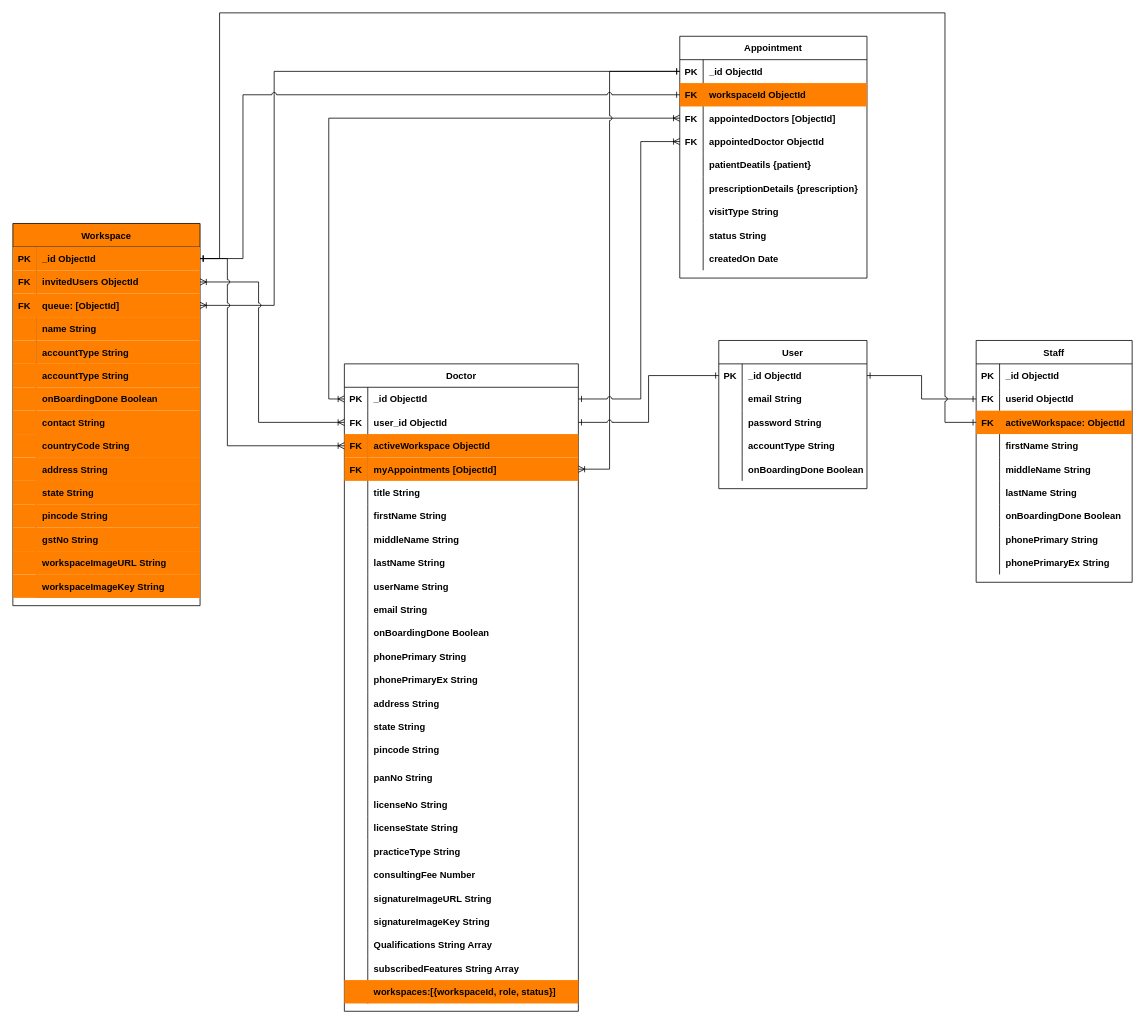
This is Untitled Diagram.drawio from shreyshreyansh/cv-initial, a draw.io file, before an edit. Source tidied: cells renumbered, new cells numbered last; positions are measured from the earlier drawing's top-left corner, leaving out a move shared by most shapes. Both pictures are drawn from the tidied source at 78%, with x=0, y=0 at pixel (12, 12).
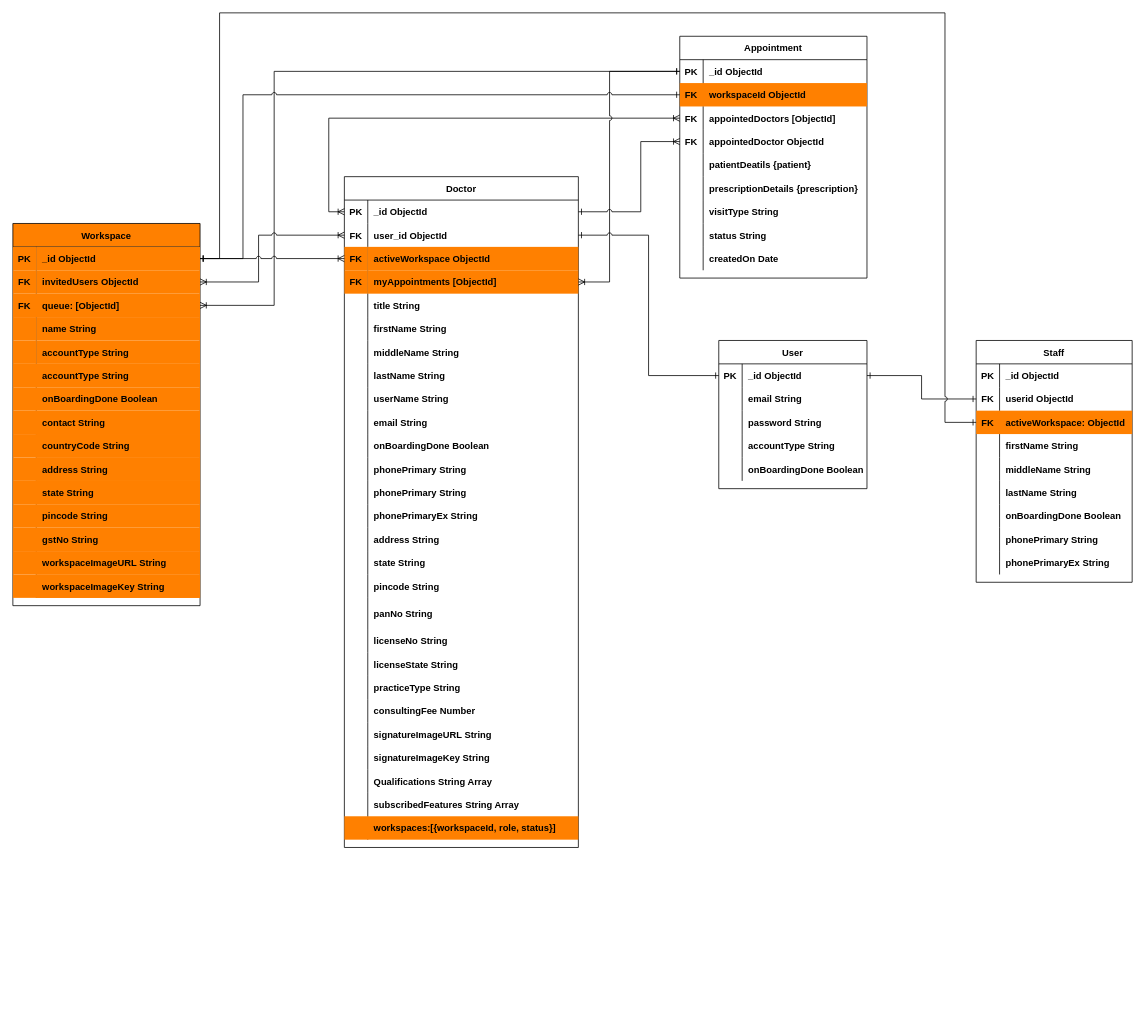
After the change.

Commit message:
improve allignment

Unchanged cells that the change refers to:
```xml
<mxCell id="19" style="shape=partialRectangle;fillColor=none;top=0;left=0;bottom=0;right=0;points=[[0,0.5],[1,0.5]];portConstraint=eastwest;" parent="18" vertex="1">
  <mxGeometry y="30" width="300" height="30" as="geometry" />
</mxCell>
<mxCell id="22" style="shape=partialRectangle;fillColor=none;top=0;left=0;bottom=0;right=0;points=[[0,0.5],[1,0.5]];portConstraint=eastwest;" parent="18" vertex="1">
  <mxGeometry y="60" width="300" height="30" as="geometry" />
</mxCell>
<mxCell id="25" style="shape=partialRectangle;fillColor=none;top=0;left=0;bottom=0;right=0;points=[[0,0.5],[1,0.5]];portConstraint=eastwest;" parent="18" vertex="1">
  <mxGeometry y="90" width="300" height="30" as="geometry" />
</mxCell>
<mxCell id="28" style="shape=partialRectangle;fillColor=none;top=0;left=0;bottom=0;right=0;points=[[0,0.5],[1,0.5]];portConstraint=eastwest;" parent="18" vertex="1">
  <mxGeometry y="120" width="300" height="30" as="geometry" />
</mxCell>
<mxCell id="98" style="shape=partialRectangle;fillColor=none;top=0;left=0;bottom=0;right=0;points=[[0,0.5],[1,0.5]];portConstraint=eastwest;" parent="97" vertex="1">
  <mxGeometry y="30" width="240" height="30" as="geometry" />
</mxCell>
<mxCell id="101" style="shape=partialRectangle;fillColor=none;top=0;left=0;bottom=0;right=0;points=[[0,0.5],[1,0.5]];portConstraint=eastwest;" parent="97" vertex="1">
  <mxGeometry y="60" width="240" height="30" as="geometry" />
</mxCell>
<mxCell id="144" style="shape=partialRectangle;fillColor=none;top=0;left=0;bottom=0;right=0;points=[[0,0.5],[1,0.5]];portConstraint=eastwest;" parent="143" vertex="1">
  <mxGeometry y="30" width="240" height="30" as="geometry" />
</mxCell>
<mxCell id="153" style="shape=partialRectangle;fillColor=none;top=0;left=0;bottom=0;right=0;points=[[0,0.5],[1,0.5]];portConstraint=eastwest;" parent="143" vertex="1">
  <mxGeometry y="120" width="240" height="30" as="geometry" />
</mxCell>
```

Diff of the diagram source:
```diff
@@
     <mxCell id="18" value="Doctor" style="shape=table;startSize=30;childLayout=tableLayout;rowLines=0;fontStyle=1;align=center;" parent="1" vertex="1">
-      <mxGeometry x="425" y="450" width="300" height="830" as="geometry" />
+      <mxGeometry x="425" y="210" width="300" height="860" as="geometry" />
     </mxCell>
@@
+    <mxCell id="209" style="shape=partialRectangle;fillColor=none;top=0;left=0;bottom=0;right=0;" parent="18" vertex="1">
+      <mxGeometry y="390" width="300" height="30" as="geometry" />
+    </mxCell>
+    <mxCell id="210" style="shape=partialRectangle;fillColor=none;top=0;left=0;bottom=0;right=0;fontStyle=1;overflow=hidden;" parent="209" vertex="1">
+      <mxGeometry width="30" height="30" as="geometry" />
+    </mxCell>
+    <mxCell id="211" value="phonePrimary String" style="shape=partialRectangle;fillColor=none;top=0;left=0;bottom=0;right=0;align=left;spacingLeft=6;fontStyle=1;overflow=hidden;" parent="209" vertex="1">
+      <mxGeometry x="30" width="270" height="30" as="geometry" />
+    </mxCell>
     <mxCell id="55" style="shape=partialRectangle;fillColor=none;top=0;left=0;bottom=0;right=0;" parent="18" vertex="1">
-      <mxGeometry y="390" width="300" height="30" as="geometry" />
+      <mxGeometry y="420" width="300" height="30" as="geometry" />
     </mxCell>
@@
     <mxCell id="58" style="shape=partialRectangle;fillColor=none;top=0;left=0;bottom=0;right=0;" parent="18" vertex="1">
-      <mxGeometry y="420" width="300" height="30" as="geometry" />
+      <mxGeometry y="450" width="300" height="30" as="geometry" />
     </mxCell>
@@
     <mxCell id="61" style="shape=partialRectangle;fillColor=none;top=0;left=0;bottom=0;right=0;" parent="18" vertex="1">
-      <mxGeometry y="450" width="300" height="30" as="geometry" />
+      <mxGeometry y="480" width="300" height="30" as="geometry" />
     </mxCell>
@@
     <mxCell id="64" style="shape=partialRectangle;fillColor=none;top=0;left=0;bottom=0;right=0;" parent="18" vertex="1">
-      <mxGeometry y="480" width="300" height="30" as="geometry" />
+      <mxGeometry y="510" width="300" height="30" as="geometry" />
     </mxCell>
@@
     <mxCell id="67" style="shape=partialRectangle;fillColor=none;top=0;left=0;bottom=0;right=0;" parent="18" vertex="1">
-      <mxGeometry y="510" width="300" height="40" as="geometry" />
+      <mxGeometry y="540" width="300" height="40" as="geometry" />
     </mxCell>
@@
     <mxCell id="70" style="shape=partialRectangle;fillColor=none;top=0;left=0;bottom=0;right=0;" parent="18" vertex="1">
-      <mxGeometry y="550" width="300" height="30" as="geometry" />
+      <mxGeometry y="580" width="300" height="30" as="geometry" />
     </mxCell>
@@
     <mxCell id="73" style="shape=partialRectangle;fillColor=none;top=0;left=0;bottom=0;right=0;" parent="18" vertex="1">
-      <mxGeometry y="580" width="300" height="30" as="geometry" />
+      <mxGeometry y="610" width="300" height="30" as="geometry" />
     </mxCell>
@@
     <mxCell id="76" style="shape=partialRectangle;fillColor=none;top=0;left=0;bottom=0;right=0;" parent="18" vertex="1">
-      <mxGeometry y="610" width="300" height="30" as="geometry" />
+      <mxGeometry y="640" width="300" height="30" as="geometry" />
     </mxCell>
@@
     <mxCell id="79" style="shape=partialRectangle;fillColor=none;top=0;left=0;bottom=0;right=0;" parent="18" vertex="1">
-      <mxGeometry y="640" width="300" height="30" as="geometry" />
+      <mxGeometry y="670" width="300" height="30" as="geometry" />
     </mxCell>
@@
     <mxCell id="82" style="shape=partialRectangle;fillColor=none;top=0;left=0;bottom=0;right=0;" parent="18" vertex="1">
-      <mxGeometry y="670" width="300" height="30" as="geometry" />
+      <mxGeometry y="700" width="300" height="30" as="geometry" />
     </mxCell>
@@
     <mxCell id="85" style="shape=partialRectangle;fillColor=none;top=0;left=0;bottom=0;right=0;" parent="18" vertex="1">
-      <mxGeometry y="700" width="300" height="30" as="geometry" />
+      <mxGeometry y="730" width="300" height="30" as="geometry" />
     </mxCell>
@@
     <mxCell id="88" style="shape=partialRectangle;fillColor=none;top=0;left=0;bottom=0;right=0;" parent="18" vertex="1">
-      <mxGeometry y="730" width="300" height="30" as="geometry" />
+      <mxGeometry y="760" width="300" height="30" as="geometry" />
     </mxCell>
@@
     <mxCell id="91" style="shape=partialRectangle;fillColor=none;top=0;left=0;bottom=0;right=0;" parent="18" vertex="1">
-      <mxGeometry y="760" width="300" height="30" as="geometry" />
+      <mxGeometry y="790" width="300" height="30" as="geometry" />
     </mxCell>
@@
     <mxCell id="94" style="shape=partialRectangle;fillColor=#FF8000;top=0;left=0;bottom=0;right=0;" parent="18" vertex="1">
-      <mxGeometry y="790" width="300" height="30" as="geometry" />
+      <mxGeometry y="820" width="300" height="30" as="geometry" />
     </mxCell>
@@
     <mxCell id="172" style="edgeStyle=orthogonalEdgeStyle;rounded=0;jumpStyle=arc;jettySize=auto;html=1;exitX=0;exitY=0.5;exitDx=0;exitDy=0;entryX=1;entryY=0.5;entryDx=0;entryDy=0;startArrow=ERone;startFill=0;endArrow=ERoneToMany;endFill=0;" parent="1" edge="1" source="144" target="28">
       <mxGeometry relative="1" as="geometry">
         <Array as="points">
           <mxPoint x="765" y="75" />
-          <mxPoint x="765" y="585" />
+          <mxPoint x="765" y="345" />
         </Array>
       </mxGeometry>
     </mxCell>
@@
     <mxCell id="205" style="edgeStyle=orthogonalEdgeStyle;rounded=0;jumpStyle=arc;jettySize=auto;html=1;exitX=1;exitY=0.5;exitDx=0;exitDy=0;entryX=0;entryY=0.5;entryDx=0;entryDy=0;startArrow=ERone;startFill=0;endArrow=ERoneToMany;endFill=0;" parent="1" edge="1" source="19" target="153">
       <mxGeometry relative="1" as="geometry">
         <Array as="points">
-          <mxPoint x="805" y="495" />
+          <mxPoint x="805" y="255" />
           <mxPoint x="805" y="165" />
         </Array>
       </mxGeometry>
     </mxCell>
@@
     <mxCell id="207" style="edgeStyle=orthogonalEdgeStyle;rounded=0;jumpStyle=arc;jettySize=auto;html=1;exitX=1;exitY=0.5;exitDx=0;exitDy=0;entryX=0;entryY=0.5;entryDx=0;entryDy=0;startArrow=ERoneToMany;startFill=0;endArrow=ERoneToMany;endFill=0;" parent="1" edge="1" source="101" target="22">
       <mxGeometry relative="1" as="geometry">
         <Array as="points">
           <mxPoint x="315" y="345" />
-          <mxPoint x="315" y="525" />
+          <mxPoint x="315" y="285" />
         </Array>
       </mxGeometry>
     </mxCell>
     <mxCell id="208" style="edgeStyle=orthogonalEdgeStyle;rounded=0;jumpStyle=arc;jettySize=auto;html=1;exitX=1;exitY=0.5;exitDx=0;exitDy=0;entryX=0;entryY=0.5;entryDx=0;entryDy=0;startArrow=ERone;startFill=0;endArrow=ERoneToMany;endFill=0;" parent="1" edge="1" source="98" target="25">
       <mxGeometry relative="1" as="geometry">
         <Array as="points">
-          <mxPoint x="275" y="315" />
-          <mxPoint x="275" y="555" />
+          <mxPoint x="355" y="315" />
+          <mxPoint x="355" y="315" />
         </Array>
       </mxGeometry>
     </mxCell>
```
